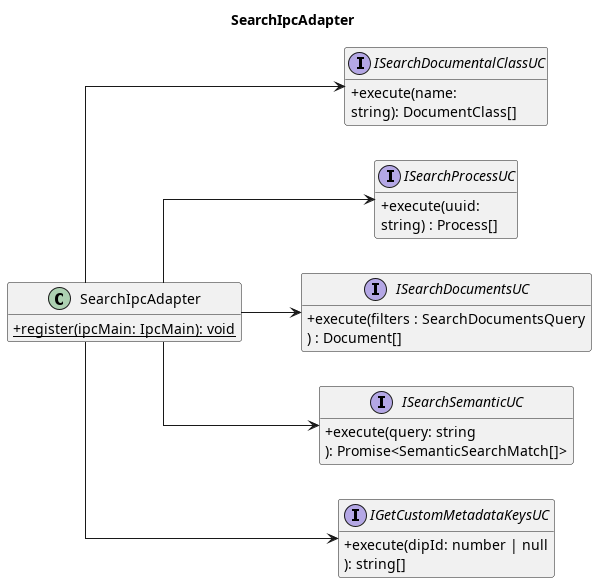
7-ZPUs/Docs keeps this PlantUML diagram as out/3_PB/DocumentiEsterni/DiagrammiSpecificaTecnica/C4/C4_backend_Search/C4_backend_Search.png. Above is the earlier version.
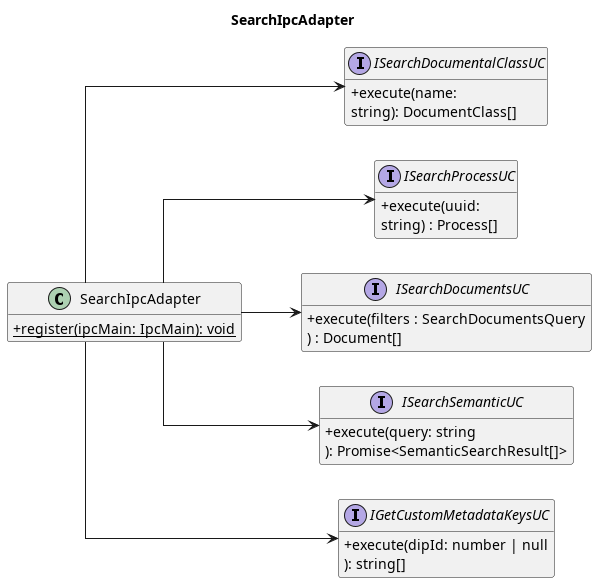
The same file after the commit.

What changed in the source:
```diff
@@ -24,7 +24,7 @@
 }
 interface ISearchSemanticUC {
     + execute(query: string
-    ): Promise<SemanticSearchMatch[]>
+    ): Promise<SemanticSearchResult[]>
 }
 interface IGetCustomMetadataKeysUC {
     + execute(dipId: number | null
```
